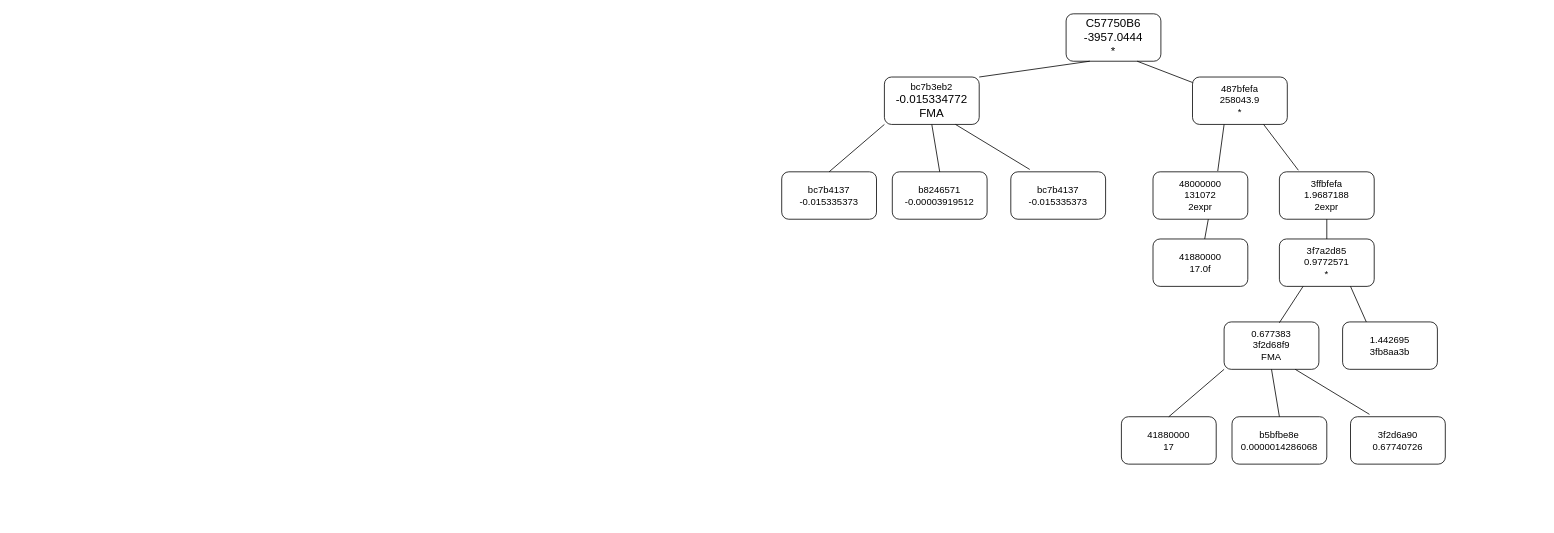
Before: tree-dbg.drawio in iamback90/test, a draw.io diagram. Source tidied: cells renumbered, new cells numbered last; positions are measured from the earlier drawing's top-left corner, leaving out a move shared by most shapes. Both pictures are drawn from the tidied source at 79%, with x=0, y=0 at pixel (781, 13).
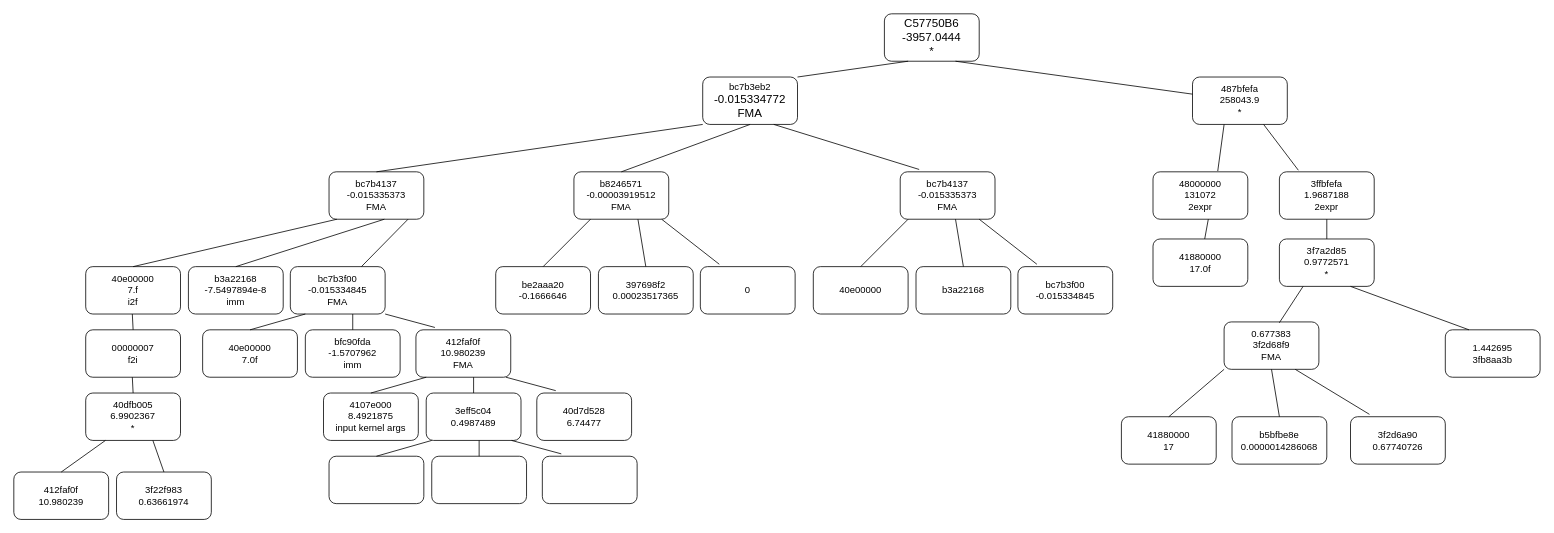
Above is the later version.

Change to the diagram source:
```diff
@@
     <mxCell id="2" value="&lt;p style=&quot;margin:0in;font-family:Calibri;font-size:11.0pt&quot;&gt;C57750B6&lt;/p&gt;&lt;p style=&quot;margin:0in;font-family:Calibri;font-size:11.0pt&quot;&gt;-3957.0444&lt;/p&gt;&lt;p lang=&quot;en-US&quot; style=&quot;margin:0in;font-family:Calibri;font-size:11.0pt&quot;&gt;*&lt;/p&gt;" style="rounded=1;whiteSpace=wrap;html=1;" parent="1" vertex="1">
-      <mxGeometry x="360" width="120" height="60" as="geometry" />
+      <mxGeometry x="130" width="120" height="60" as="geometry" />
     </mxCell>
     <mxCell id="3" value="&lt;p style=&quot;margin: 0in;&quot;&gt;&lt;font face=&quot;Calibri&quot;&gt;bc7b3eb2&lt;/font&gt;&lt;/p&gt;&lt;p style=&quot;margin: 0in;&quot;&gt;&lt;font face=&quot;Calibri&quot;&gt;&lt;span style=&quot;font-size: 14.6667px;&quot;&gt;-0.015334772&lt;/span&gt;&lt;/font&gt;&lt;/p&gt;&lt;p style=&quot;margin: 0in;&quot;&gt;&lt;font face=&quot;Calibri&quot;&gt;&lt;span style=&quot;font-size: 14.6667px;&quot;&gt;FMA&lt;/span&gt;&lt;/font&gt;&lt;/p&gt;" style="rounded=1;whiteSpace=wrap;html=1;" parent="1" vertex="1">
-      <mxGeometry x="130" y="80" width="120" height="60" as="geometry" />
+      <mxGeometry x="-100" y="80" width="120" height="60" as="geometry" />
     </mxCell>
@@
-    <mxCell id="5" value="&lt;div&gt;bc7b4137&lt;/div&gt;&lt;div&gt;-0.015335373&lt;/div&gt;" style="rounded=1;whiteSpace=wrap;html=1;" parent="1" vertex="1">
-      <mxGeometry y="200" width="120" height="60" as="geometry" />
+    <mxCell id="5" value="&lt;div&gt;bc7b4137&lt;/div&gt;&lt;div&gt;-0.015335373&lt;/div&gt;&lt;div&gt;FMA&lt;/div&gt;" style="rounded=1;whiteSpace=wrap;html=1;" parent="1" vertex="1">
+      <mxGeometry x="-573" y="200" width="120" height="60" as="geometry" />
     </mxCell>
@@
-    <mxCell id="8" value="&lt;div&gt;bc7b4137&lt;/div&gt;&lt;div&gt;-0.015335373&lt;/div&gt;" style="rounded=1;whiteSpace=wrap;html=1;" parent="1" vertex="1">
-      <mxGeometry x="290" y="200" width="120" height="60" as="geometry" />
+    <mxCell id="8" value="&lt;div&gt;bc7b4137&lt;/div&gt;&lt;div&gt;-0.015335373&lt;/div&gt;&lt;div&gt;FMA&lt;/div&gt;" style="rounded=1;whiteSpace=wrap;html=1;" parent="1" vertex="1">
+      <mxGeometry x="150" y="200" width="120" height="60" as="geometry" />
     </mxCell>
-    <mxCell id="9" value="&lt;div&gt;b8246571&lt;/div&gt;&lt;div&gt;-0.00003919512&lt;/div&gt;" style="rounded=1;whiteSpace=wrap;html=1;" parent="1" vertex="1">
-      <mxGeometry x="140" y="200" width="120" height="60" as="geometry" />
+    <mxCell id="9" value="&lt;div&gt;b8246571&lt;/div&gt;&lt;div&gt;-0.00003919512&lt;/div&gt;&lt;div&gt;FMA&lt;/div&gt;" style="rounded=1;whiteSpace=wrap;html=1;" parent="1" vertex="1">
+      <mxGeometry x="-263" y="200" width="120" height="60" as="geometry" />
     </mxCell>
     <mxCell id="10" style="endArrow=none;html=1;rounded=0;exitX=0.5;exitY=0;exitDx=0;exitDy=0;" parent="1" edge="1" source="5">
       <mxGeometry relative="1" as="geometry">
-        <mxPoint x="130" y="140" as="targetPoint" />
+        <mxPoint x="-100" y="140" as="targetPoint" />
       </mxGeometry>
     </mxCell>
@@
     <mxCell id="22" value="&lt;div&gt;1.442695&lt;/div&gt;&lt;div&gt;3fb8aa3b&lt;/div&gt;" style="rounded=1;whiteSpace=wrap;html=1;" parent="1" vertex="1">
-      <mxGeometry x="710" y="390" width="120" height="60" as="geometry" />
+      <mxGeometry x="840" y="400" width="120" height="60" as="geometry" />
     </mxCell>
@@
+    <mxCell id="31" value="40e00000&lt;br&gt;7.f&lt;br&gt;i2f" style="rounded=1;whiteSpace=wrap;html=1;" parent="1" vertex="1">
+      <mxGeometry x="-881" y="320" width="120" height="60" as="geometry" />
+    </mxCell>
+    <mxCell id="32" value="bc7b3f00&lt;br&gt;-0.015334845&lt;br&gt;FMA" style="rounded=1;whiteSpace=wrap;html=1;" parent="1" vertex="1">
+      <mxGeometry x="-622" y="320" width="120" height="60" as="geometry" />
+    </mxCell>
+    <mxCell id="33" value="b3a22168&lt;br&gt;-7.5497894e-8&lt;br&gt;imm" style="rounded=1;whiteSpace=wrap;html=1;" parent="1" vertex="1">
+      <mxGeometry x="-751" y="320" width="120" height="60" as="geometry" />
+    </mxCell>
+    <mxCell id="34" style="endArrow=none;html=1;rounded=0;exitX=0.5;exitY=0;exitDx=0;exitDy=0;" parent="1" edge="1" source="31">
+      <mxGeometry relative="1" as="geometry">
+        <mxPoint x="-563" y="260" as="targetPoint" />
+      </mxGeometry>
+    </mxCell>
+    <mxCell id="35" style="endArrow=none;html=1;rounded=0;exitX=0.5;exitY=0;exitDx=0;exitDy=0;entryX=0.5;entryY=1;entryDx=0;entryDy=0;" parent="1" edge="1" source="33">
+      <mxGeometry relative="1" as="geometry">
+        <mxPoint x="-503" y="260" as="targetPoint" />
+      </mxGeometry>
+    </mxCell>
+    <mxCell id="36" style="endArrow=none;html=1;rounded=0;exitX=0.75;exitY=0;exitDx=0;exitDy=0;entryX=0.75;entryY=1;entryDx=0;entryDy=0;" parent="1" edge="1" source="32">
+      <mxGeometry relative="1" as="geometry">
+        <mxPoint x="-473" y="260" as="targetPoint" />
+      </mxGeometry>
+    </mxCell>
+    <mxCell id="37" value="be2aaa20&lt;br&gt;-0.1666646" style="rounded=1;whiteSpace=wrap;html=1;" parent="1" vertex="1">
+      <mxGeometry x="-362" y="320" width="120" height="60" as="geometry" />
+    </mxCell>
+    <mxCell id="38" value="0" style="rounded=1;whiteSpace=wrap;html=1;" parent="1" vertex="1">
+      <mxGeometry x="-103" y="320" width="120" height="60" as="geometry" />
+    </mxCell>
+    <mxCell id="39" value="397698f2&lt;br&gt;0.00023517365" style="rounded=1;whiteSpace=wrap;html=1;" parent="1" vertex="1">
+      <mxGeometry x="-232" y="320" width="120" height="60" as="geometry" />
+    </mxCell>
+    <mxCell id="40" style="endArrow=none;html=1;rounded=0;exitX=0.5;exitY=0;exitDx=0;exitDy=0;" parent="1" edge="1" source="37">
+      <mxGeometry relative="1" as="geometry">
+        <mxPoint x="-242" y="260" as="targetPoint" />
+      </mxGeometry>
+    </mxCell>
+    <mxCell id="41" style="endArrow=none;html=1;rounded=0;exitX=0.5;exitY=0;exitDx=0;exitDy=0;entryX=0.5;entryY=1;entryDx=0;entryDy=0;" parent="1" edge="1" source="39">
+      <mxGeometry relative="1" as="geometry">
+        <mxPoint x="-182" y="260" as="targetPoint" />
+      </mxGeometry>
+    </mxCell>
+    <mxCell id="42" style="endArrow=none;html=1;rounded=0;exitX=0.2;exitY=-0.05;exitDx=0;exitDy=0;entryX=0.75;entryY=1;entryDx=0;entryDy=0;exitPerimeter=0;" parent="1" edge="1" source="38">
+      <mxGeometry relative="1" as="geometry">
+        <mxPoint x="-152" y="260" as="targetPoint" />
+      </mxGeometry>
+    </mxCell>
+    <mxCell id="43" value="40e00000" style="rounded=1;whiteSpace=wrap;html=1;" parent="1" vertex="1">
+      <mxGeometry x="40" y="320" width="120" height="60" as="geometry" />
+    </mxCell>
+    <mxCell id="44" value="bc7b3f00&lt;br&gt;-0.015334845" style="rounded=1;whiteSpace=wrap;html=1;" parent="1" vertex="1">
+      <mxGeometry x="299" y="320" width="120" height="60" as="geometry" />
+    </mxCell>
+    <mxCell id="45" value="b3a22168" style="rounded=1;whiteSpace=wrap;html=1;" parent="1" vertex="1">
+      <mxGeometry x="170" y="320" width="120" height="60" as="geometry" />
+    </mxCell>
+    <mxCell id="46" style="endArrow=none;html=1;rounded=0;exitX=0.5;exitY=0;exitDx=0;exitDy=0;" parent="1" edge="1" source="43">
+      <mxGeometry relative="1" as="geometry">
+        <mxPoint x="160" y="260" as="targetPoint" />
+      </mxGeometry>
+    </mxCell>
+    <mxCell id="47" style="endArrow=none;html=1;rounded=0;exitX=0.5;exitY=0;exitDx=0;exitDy=0;entryX=0.5;entryY=1;entryDx=0;entryDy=0;" parent="1" edge="1" source="45">
+      <mxGeometry relative="1" as="geometry">
+        <mxPoint x="220" y="260" as="targetPoint" />
+      </mxGeometry>
+    </mxCell>
+    <mxCell id="48" style="endArrow=none;html=1;rounded=0;exitX=0.2;exitY=-0.05;exitDx=0;exitDy=0;entryX=0.75;entryY=1;entryDx=0;entryDy=0;exitPerimeter=0;" parent="1" edge="1" source="44">
+      <mxGeometry relative="1" as="geometry">
+        <mxPoint x="250" y="260" as="targetPoint" />
+      </mxGeometry>
+    </mxCell>
+    <mxCell id="49" value="00000007&lt;br&gt;f2i" style="rounded=1;whiteSpace=wrap;html=1;" parent="1" vertex="1">
+      <mxGeometry x="-881" y="400" width="120" height="60" as="geometry" />
+    </mxCell>
+    <mxCell id="50" style="endArrow=none;html=1;rounded=0;exitX=0.5;exitY=0;exitDx=0;exitDy=0;" parent="1" edge="1" source="49">
+      <mxGeometry relative="1" as="geometry">
+        <mxPoint x="-822" y="380" as="targetPoint" />
+      </mxGeometry>
+    </mxCell>
+    <mxCell id="51" value="40dfb005&lt;br&gt;6.9902367&lt;br&gt;*" style="rounded=1;whiteSpace=wrap;html=1;" parent="1" vertex="1">
+      <mxGeometry x="-881" y="480" width="120" height="60" as="geometry" />
+    </mxCell>
+    <mxCell id="52" style="endArrow=none;html=1;rounded=0;exitX=0.5;exitY=0;exitDx=0;exitDy=0;" parent="1" edge="1" source="51">
+      <mxGeometry relative="1" as="geometry">
+        <mxPoint x="-822" y="460" as="targetPoint" />
+      </mxGeometry>
+    </mxCell>
+    <mxCell id="53" value="412faf0f&lt;br&gt;10.980239" style="rounded=1;whiteSpace=wrap;html=1;" parent="1" vertex="1">
+      <mxGeometry x="-972" y="580" width="120" height="60" as="geometry" />
+    </mxCell>
+    <mxCell id="54" value="3f22f983&lt;br&gt;0.63661974" style="rounded=1;whiteSpace=wrap;html=1;" parent="1" vertex="1">
+      <mxGeometry x="-842" y="580" width="120" height="60" as="geometry" />
+    </mxCell>
+    <mxCell id="55" style="endArrow=none;html=1;rounded=0;exitX=0.5;exitY=0;exitDx=0;exitDy=0;" parent="1" edge="1" source="53">
+      <mxGeometry relative="1" as="geometry">
+        <mxPoint x="-856" y="540" as="targetPoint" />
+      </mxGeometry>
+    </mxCell>
+    <mxCell id="56" style="endArrow=none;html=1;rounded=0;exitX=0.5;exitY=0;exitDx=0;exitDy=0;entryX=0.5;entryY=1;entryDx=0;entryDy=0;" parent="1" edge="1" source="54">
+      <mxGeometry relative="1" as="geometry">
+        <mxPoint x="-796" y="540" as="targetPoint" />
+      </mxGeometry>
+    </mxCell>
+    <mxCell id="57" value="40e00000&lt;br&gt;7.0f" style="rounded=1;whiteSpace=wrap;html=1;" parent="1" vertex="1">
+      <mxGeometry x="-733" y="400" width="120" height="60" as="geometry" />
+    </mxCell>
+    <mxCell id="58" value="412faf0f&lt;br&gt;10.980239&lt;br&gt;FMA" style="rounded=1;whiteSpace=wrap;html=1;" parent="1" vertex="1">
+      <mxGeometry x="-463" y="400" width="120" height="60" as="geometry" />
+    </mxCell>
+    <mxCell id="59" value="bfc90fda&lt;br&gt;-1.5707962&lt;br&gt;imm" style="rounded=1;whiteSpace=wrap;html=1;" parent="1" vertex="1">
+      <mxGeometry x="-603" y="400" width="120" height="60" as="geometry" />
+    </mxCell>
+    <mxCell id="60" style="endArrow=none;html=1;rounded=0;exitX=0.5;exitY=0;exitDx=0;exitDy=0;" parent="1" edge="1" source="57">
+      <mxGeometry relative="1" as="geometry">
+        <mxPoint x="-603" y="380" as="targetPoint" />
+      </mxGeometry>
+    </mxCell>
+    <mxCell id="61" style="endArrow=none;html=1;rounded=0;exitX=0.5;exitY=0;exitDx=0;exitDy=0;entryX=0.5;entryY=1;entryDx=0;entryDy=0;" parent="1" edge="1" source="59">
+      <mxGeometry relative="1" as="geometry">
+        <mxPoint x="-543" y="380" as="targetPoint" />
+      </mxGeometry>
+    </mxCell>
+    <mxCell id="62" style="endArrow=none;html=1;rounded=0;exitX=0.2;exitY=-0.05;exitDx=0;exitDy=0;entryX=0.75;entryY=1;entryDx=0;entryDy=0;exitPerimeter=0;" parent="1" edge="1" source="58">
+      <mxGeometry relative="1" as="geometry">
+        <mxPoint x="-502" y="380" as="targetPoint" />
+      </mxGeometry>
+    </mxCell>
+    <mxCell id="63" value="4107e000&lt;br&gt;8.4921875&lt;br&gt;input kernel args" style="rounded=1;whiteSpace=wrap;html=1;" parent="1" vertex="1">
+      <mxGeometry x="-580" y="480" width="120" height="60" as="geometry" />
+    </mxCell>
+    <mxCell id="64" value="40d7d528&lt;br&gt;6.74477" style="rounded=1;whiteSpace=wrap;html=1;" parent="1" vertex="1">
+      <mxGeometry x="-310" y="480" width="120" height="60" as="geometry" />
+    </mxCell>
+    <mxCell id="65" value="3eff5c04&lt;br&gt;0.4987489" style="rounded=1;whiteSpace=wrap;html=1;" parent="1" vertex="1">
+      <mxGeometry x="-450" y="480" width="120" height="60" as="geometry" />
+    </mxCell>
+    <mxCell id="66" style="endArrow=none;html=1;rounded=0;exitX=0.5;exitY=0;exitDx=0;exitDy=0;" parent="1" edge="1" source="63">
+      <mxGeometry relative="1" as="geometry">
+        <mxPoint x="-450" y="460" as="targetPoint" />
+      </mxGeometry>
+    </mxCell>
+    <mxCell id="67" style="endArrow=none;html=1;rounded=0;exitX=0.5;exitY=0;exitDx=0;exitDy=0;entryX=0.5;entryY=1;entryDx=0;entryDy=0;" parent="1" edge="1" source="65">
+      <mxGeometry relative="1" as="geometry">
+        <mxPoint x="-390" y="460" as="targetPoint" />
+      </mxGeometry>
+    </mxCell>
+    <mxCell id="68" style="endArrow=none;html=1;rounded=0;exitX=0.2;exitY=-0.05;exitDx=0;exitDy=0;entryX=0.75;entryY=1;entryDx=0;entryDy=0;exitPerimeter=0;" parent="1" edge="1" source="64">
+      <mxGeometry relative="1" as="geometry">
+        <mxPoint x="-349" y="460" as="targetPoint" />
+      </mxGeometry>
+    </mxCell>
+    <mxCell id="69" style="rounded=1;whiteSpace=wrap;html=1;" parent="1" vertex="1">
+      <mxGeometry x="-573" y="560" width="120" height="60" as="geometry" />
+    </mxCell>
+    <mxCell id="70" style="rounded=1;whiteSpace=wrap;html=1;" parent="1" vertex="1">
+      <mxGeometry x="-303" y="560" width="120" height="60" as="geometry" />
+    </mxCell>
+    <mxCell id="71" style="rounded=1;whiteSpace=wrap;html=1;" parent="1" vertex="1">
+      <mxGeometry x="-443" y="560" width="120" height="60" as="geometry" />
+    </mxCell>
+    <mxCell id="72" style="endArrow=none;html=1;rounded=0;exitX=0.5;exitY=0;exitDx=0;exitDy=0;" parent="1" edge="1" source="69">
+      <mxGeometry relative="1" as="geometry">
+        <mxPoint x="-443" y="540" as="targetPoint" />
+      </mxGeometry>
+    </mxCell>
+    <mxCell id="73" style="endArrow=none;html=1;rounded=0;exitX=0.5;exitY=0;exitDx=0;exitDy=0;entryX=0.5;entryY=1;entryDx=0;entryDy=0;" parent="1" edge="1" source="71">
+      <mxGeometry relative="1" as="geometry">
+        <mxPoint x="-383" y="540" as="targetPoint" />
+      </mxGeometry>
+    </mxCell>
+    <mxCell id="74" style="endArrow=none;html=1;rounded=0;exitX=0.2;exitY=-0.05;exitDx=0;exitDy=0;entryX=0.75;entryY=1;entryDx=0;entryDy=0;exitPerimeter=0;" parent="1" edge="1" source="70">
+      <mxGeometry relative="1" as="geometry">
+        <mxPoint x="-342" y="540" as="targetPoint" />
+      </mxGeometry>
+    </mxCell>
```
